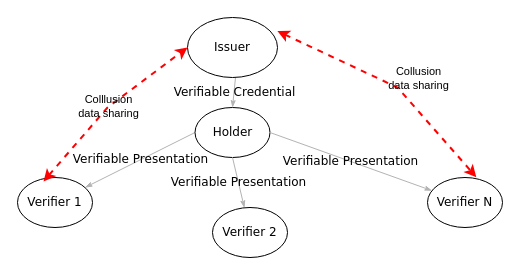
Earlier version of the draw.io diagram diagrams/VerifierIssuerCollusion.drawio (w3c/vc-di-bbs). Source tidied: cells renumbered, new cells numbered last; positions are measured from the earlier drawing's top-left corner, leaving out a move shared by most shapes. Both pictures are drawn from the tidied source at 100%, with x=0, y=0 at pixel (17, 17).
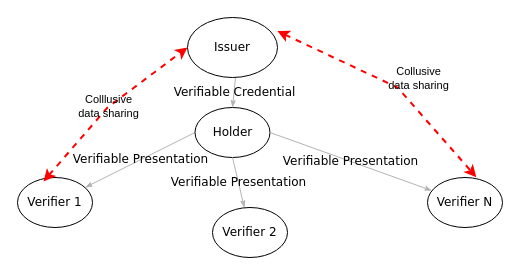
The same diagram, later.

Commit message (it also covers changes not shown here):
Update wording in diagram to "collusive" from "collusion" and also in alt text.

Change to the diagram source:
```diff
@@
 <mxGraphModel>
   <root>
     <mxCell id="0" />
     <mxCell id="1" parent="0" />
     <mxCell id="2" value="Verifiable Credential" style="edgeStyle=none;rounded=1;html=1;labelBackgroundColor=none;startArrow=none;startFill=0;startSize=5;endArrow=classicThin;endFill=1;endSize=5;jettySize=auto;strokeColor=#B3B3B3;strokeWidth=1;fontFamily=Verdana;fontSize=12;entryX=0.5;entryY=0;entryDx=0;entryDy=0;" parent="1" edge="1" target="5">
       <mxGeometry relative="1" as="geometry">
         <mxPoint x="218" y="60" as="sourcePoint" />
       </mxGeometry>
     </mxCell>
     <mxCell id="3" value="Issuer" style="ellipse;whiteSpace=wrap;html=1;rounded=0;shadow=0;comic=0;labelBackgroundColor=none;strokeWidth=1;fontFamily=Verdana;fontSize=12;align=center;fillColor=none;" parent="1" vertex="1">
       <mxGeometry x="170" width="90" height="60" as="geometry" />
     </mxCell>
     <mxCell id="4" value="Verifiable Presentation" style="edgeStyle=none;rounded=1;html=1;labelBackgroundColor=none;startArrow=none;startFill=0;startSize=5;endArrow=classicThin;endFill=1;endSize=5;jettySize=auto;strokeColor=#B3B3B3;strokeWidth=1;fontFamily=Verdana;fontSize=12;exitX=0;exitY=0.5;exitDx=0;exitDy=0;" parent="1" edge="1" source="5" target="6">
       <mxGeometry relative="1" as="geometry" />
     </mxCell>
     <mxCell id="5" value="&lt;span&gt;Holder&lt;/span&gt;" style="ellipse;whiteSpace=wrap;html=1;rounded=0;shadow=0;comic=0;labelBackgroundColor=none;strokeWidth=1;fontFamily=Verdana;fontSize=12;align=center;fillColor=none;" parent="1" vertex="1">
       <mxGeometry x="177.5" y="90" width="75" height="50" as="geometry" />
     </mxCell>
     <mxCell id="6" value="&lt;span&gt;Verifier 1&lt;/span&gt;" style="ellipse;whiteSpace=wrap;html=1;rounded=0;shadow=0;comic=0;labelBackgroundColor=none;strokeWidth=1;fontFamily=Verdana;fontSize=12;align=center;fillColor=none;" parent="1" vertex="1">
       <mxGeometry y="160" width="75" height="50" as="geometry" />
     </mxCell>
     <mxCell id="7" value="Verifiable Presentation" style="edgeStyle=none;rounded=1;html=1;labelBackgroundColor=none;startArrow=none;startFill=0;startSize=5;endArrow=classicThin;endFill=1;endSize=5;jettySize=auto;strokeColor=#B3B3B3;strokeWidth=1;fontFamily=Verdana;fontSize=12;exitX=0.5;exitY=1;exitDx=0;exitDy=0;" parent="1" edge="1" source="5" target="8">
       <mxGeometry relative="1" as="geometry" />
     </mxCell>
     <mxCell id="8" value="&lt;span&gt;Verifier 2&lt;/span&gt;" style="ellipse;whiteSpace=wrap;html=1;rounded=0;shadow=0;comic=0;labelBackgroundColor=none;strokeWidth=1;fontFamily=Verdana;fontSize=12;align=center;fillColor=none;" parent="1" vertex="1">
       <mxGeometry x="195" y="190" width="75" height="50" as="geometry" />
     </mxCell>
     <mxCell id="9" value="Verifiable Presentation" style="edgeStyle=none;rounded=1;html=1;labelBackgroundColor=none;startArrow=none;startFill=0;startSize=5;endArrow=classicThin;endFill=1;endSize=5;jettySize=auto;strokeColor=#B3B3B3;strokeWidth=1;fontFamily=Verdana;fontSize=12;exitX=1;exitY=0.5;exitDx=0;exitDy=0;" parent="1" edge="1" source="5" target="10">
       <mxGeometry relative="1" as="geometry" />
     </mxCell>
     <mxCell id="10" value="&lt;span&gt;Verifier N&lt;/span&gt;" style="ellipse;whiteSpace=wrap;html=1;rounded=0;shadow=0;comic=0;labelBackgroundColor=none;strokeWidth=1;fontFamily=Verdana;fontSize=12;align=center;fillColor=none;" parent="1" vertex="1">
       <mxGeometry x="410" y="160" width="75" height="50" as="geometry" />
     </mxCell>
-    <mxCell id="11" value="Colllusion&lt;br&gt;data sharing" style="endArrow=classic;startArrow=classic;html=1;rounded=0;exitX=0.347;exitY=0.078;exitDx=0;exitDy=0;dashed=1;strokeWidth=2;strokeColor=#FF0000;entryX=0;entryY=0.5;entryDx=0;entryDy=0;exitPerimeter=0;labelBackgroundColor=none;" parent="1" edge="1" source="6" target="3">
+    <mxCell id="11" value="Colllusive&lt;br&gt;data sharing" style="endArrow=classic;startArrow=classic;html=1;rounded=0;exitX=0.347;exitY=0.078;exitDx=0;exitDy=0;dashed=1;strokeWidth=2;strokeColor=#FF0000;entryX=0;entryY=0.5;entryDx=0;entryDy=0;exitPerimeter=0;labelBackgroundColor=none;" parent="1" edge="1" source="6" target="3">
       <mxGeometry relative="1" as="geometry">
         <Array as="points">
           <mxPoint x="90" y="90" />
         </Array>
       </mxGeometry>
     </mxCell>
-    <mxCell id="12" value="Collusion&lt;br&gt;data sharing" style="endArrow=classic;startArrow=classic;html=1;rounded=0;exitX=0.999;exitY=0.227;exitDx=0;exitDy=0;entryX=0.651;entryY=-0.007;entryDx=0;entryDy=0;dashed=1;strokeWidth=2;strokeColor=#FF0000;entryPerimeter=0;exitPerimeter=0;labelBackgroundColor=none;" parent="1" edge="1" source="3" target="10">
+    <mxCell id="12" value="Collusive&lt;br&gt;data sharing" style="endArrow=classic;startArrow=classic;html=1;rounded=0;exitX=0.999;exitY=0.227;exitDx=0;exitDy=0;entryX=0.651;entryY=-0.007;entryDx=0;entryDy=0;dashed=1;strokeWidth=2;strokeColor=#FF0000;entryPerimeter=0;exitPerimeter=0;labelBackgroundColor=none;" parent="1" edge="1" source="3" target="10">
       <mxGeometry x="0.1" y="22" relative="1" as="geometry">
         <Array as="points">
           <mxPoint x="380" y="70" />
         </Array>
         <mxPoint y="1" as="offset" />
       </mxGeometry>
     </mxCell>
   </root>
 </mxGraphModel>
```
